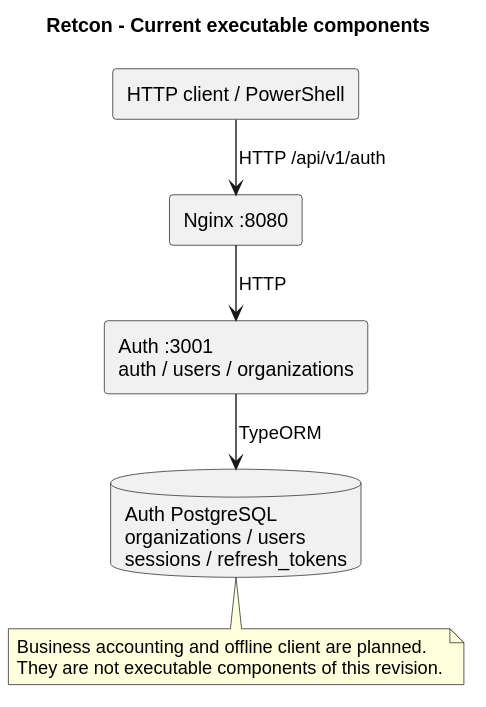
The PlantUML diagram docs/diagrams/components.svg in coonfituuree/retcon, before a commit. Its diagram source:
```plantuml
@startuml
!pragma layout smetana
title Retcon - Current executable components
skinparam defaultFontName Arial
skinparam shadowing false
skinparam componentStyle rectangle
top to bottom direction
component "HTTP client / PowerShell" as Client
component "Nginx :8080" as Gateway
component "Auth :3001\nauth / users / organizations" as Auth
database "Auth PostgreSQL\norganizations / users\nsessions / refresh_tokens" as DB
Client --> Gateway : HTTP /api/v1/auth
Gateway --> Auth : HTTP
Auth --> DB : TypeORM
note bottom of DB
 Business accounting and offline client are planned.
 They are not executable components of this revision.
end note
@enduml
```
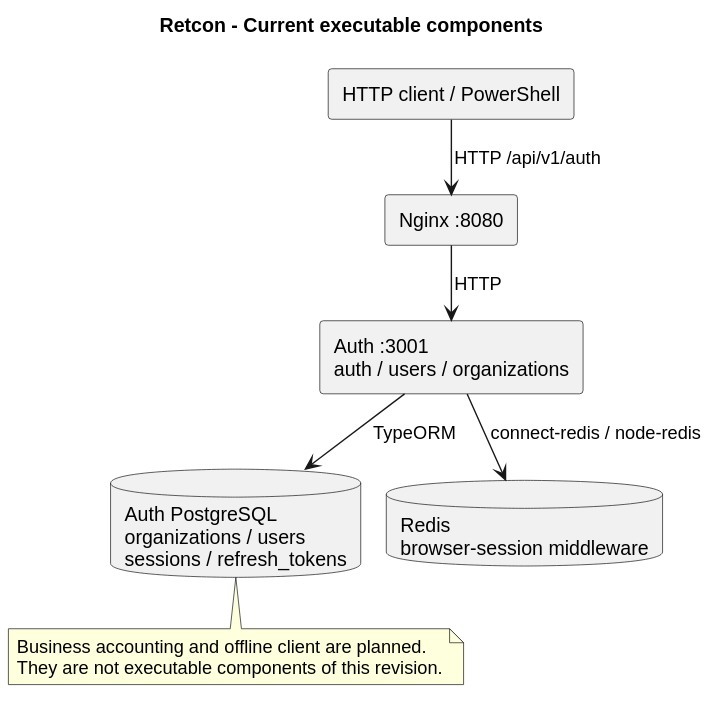
The same file after the commit.

The edit, as a diff of the source:
```diff
@@ -9,9 +9,11 @@
 component "Nginx :8080" as Gateway
 component "Auth :3001\nauth / users / organizations" as Auth
 database "Auth PostgreSQL\norganizations / users\nsessions / refresh_tokens" as DB
+database "Redis\nbrowser-session middleware" as Redis
 Client --> Gateway : HTTP /api/v1/auth
 Gateway --> Auth : HTTP
 Auth --> DB : TypeORM
+Auth --> Redis : connect-redis / node-redis
 note bottom of DB
  Business accounting and offline client are planned.
  They are not executable components of this revision.
```
